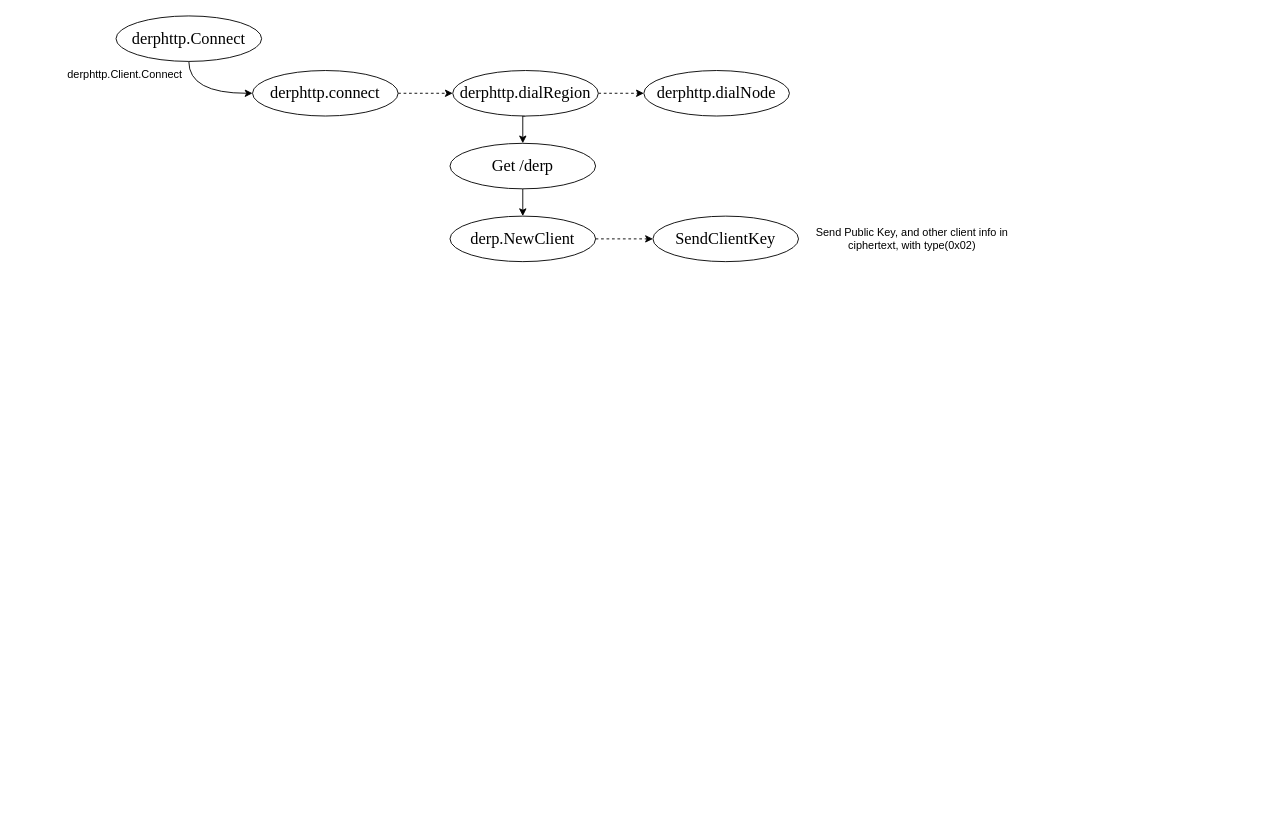
Before: files/DERP.drawio in sunminming/Drawio, a draw.io diagram. Source tidied: cells renumbered, new cells numbered last; positions are measured from the earlier drawing's top-left corner, leaving out a move shared by most shapes. Both pictures are drawn from the tidied source at 91%, with x=0, y=0 at pixel (61, 15).
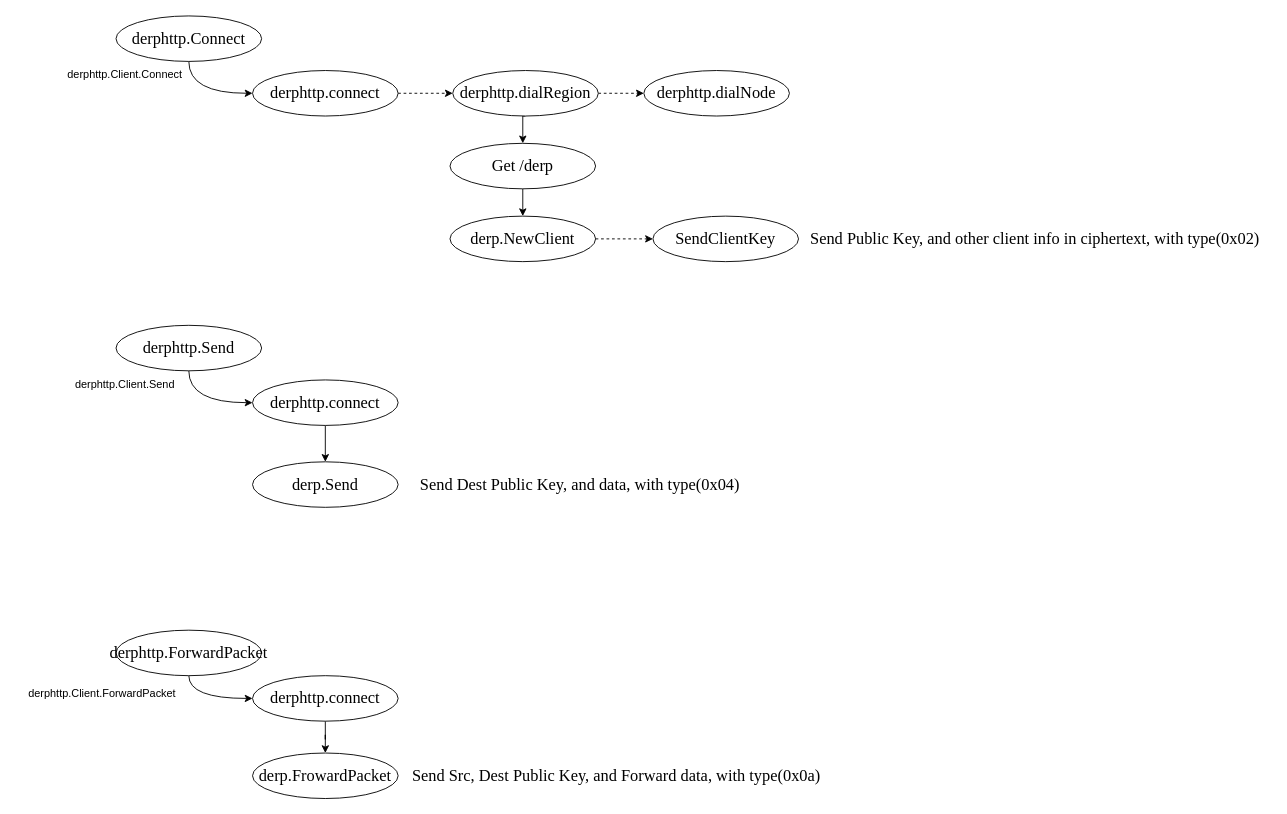
Above is the later version.

Change to the diagram source:
```diff
@@
-    <mxCell id="15" value="Send Public Key, and other client info in ciphertext, with type(0x02)" style="text;html=1;align=center;verticalAlign=middle;whiteSpace=wrap;rounded=0;" parent="1" vertex="1">
-      <mxGeometry x="810" y="230" width="250" height="30" as="geometry" />
+    <mxCell id="15" value="&lt;font style=&quot;font-size: 18px;&quot; face=&quot;Times New Roman&quot;&gt;Send Public Key, and other client info in ciphertext, with type(0x02)&lt;/font&gt;" style="text;html=1;align=center;verticalAlign=middle;whiteSpace=wrap;rounded=0;" parent="1" vertex="1">
+      <mxGeometry x="810" y="230" width="520" height="30" as="geometry" />
     </mxCell>
@@
+    <mxCell id="17" style="edgeStyle=orthogonalEdgeStyle;rounded=0;jettySize=auto;html=1;exitX=0.5;exitY=1;exitDx=0;exitDy=0;entryX=0;entryY=0.5;entryDx=0;entryDy=0;curved=1;" parent="1" edge="1" source="18" target="20">
+      <mxGeometry relative="1" as="geometry" />
+    </mxCell>
+    <mxCell id="18" value="&lt;font style=&quot;font-size: 18px;&quot; face=&quot;Times New Roman&quot;&gt;derphttp.Send&lt;/font&gt;" style="ellipse;whiteSpace=wrap;html=1;" parent="1" vertex="1">
+      <mxGeometry x="60" y="340" width="160" height="50" as="geometry" />
+    </mxCell>
+    <mxCell id="19" style="edgeStyle=orthogonalEdgeStyle;rounded=0;jettySize=auto;html=1;exitX=0.5;exitY=1;exitDx=0;exitDy=0;entryX=0.5;entryY=0;entryDx=0;entryDy=0;" parent="1" edge="1" source="20" target="22">
+      <mxGeometry relative="1" as="geometry" />
+    </mxCell>
+    <mxCell id="20" value="&lt;font style=&quot;font-size: 18px;&quot; face=&quot;Times New Roman&quot;&gt;derphttp.connect&lt;/font&gt;" style="ellipse;whiteSpace=wrap;html=1;" parent="1" vertex="1">
+      <mxGeometry x="210" y="400" width="160" height="50" as="geometry" />
+    </mxCell>
+    <mxCell id="21" value="derphttp.Client.Send" style="text;html=1;align=center;verticalAlign=middle;whiteSpace=wrap;rounded=0;" parent="1" vertex="1">
+      <mxGeometry y="390" width="140" height="30" as="geometry" />
+    </mxCell>
+    <mxCell id="22" value="&lt;font style=&quot;font-size: 18px;&quot; face=&quot;Times New Roman&quot;&gt;derp.Send&lt;/font&gt;" style="ellipse;whiteSpace=wrap;html=1;" parent="1" vertex="1">
+      <mxGeometry x="210" y="490" width="160" height="50" as="geometry" />
+    </mxCell>
+    <mxCell id="23" value="&lt;font style=&quot;font-size: 18px;&quot; face=&quot;Times New Roman&quot;&gt;Send Dest Public Key, and data, with type(0x04)&lt;/font&gt;" style="text;html=1;align=center;verticalAlign=middle;whiteSpace=wrap;rounded=0;" parent="1" vertex="1">
+      <mxGeometry x="370" y="500" width="400" height="30" as="geometry" />
+    </mxCell>
+    <mxCell id="24" style="edgeStyle=orthogonalEdgeStyle;rounded=0;jettySize=auto;html=1;exitX=0.5;exitY=1;exitDx=0;exitDy=0;entryX=0;entryY=0.5;entryDx=0;entryDy=0;curved=1;" parent="1" edge="1" source="25" target="28">
+      <mxGeometry relative="1" as="geometry" />
+    </mxCell>
+    <mxCell id="25" value="&lt;font style=&quot;font-size: 18px;&quot; face=&quot;Times New Roman&quot;&gt;derphttp.ForwardPacket&lt;/font&gt;" style="ellipse;whiteSpace=wrap;html=1;" parent="1" vertex="1">
+      <mxGeometry x="60" y="675" width="160" height="50" as="geometry" />
+    </mxCell>
+    <mxCell id="26" value="derphttp.Client.ForwardPacket" style="text;html=1;align=center;verticalAlign=middle;whiteSpace=wrap;rounded=0;" parent="1" vertex="1">
+      <mxGeometry x="-50" y="730" width="190" height="30" as="geometry" />
+    </mxCell>
+    <mxCell id="27" style="edgeStyle=orthogonalEdgeStyle;rounded=0;jettySize=auto;html=1;exitX=0.5;exitY=1;exitDx=0;exitDy=0;" parent="1" edge="1" source="28" target="29">
+      <mxGeometry relative="1" as="geometry" />
+    </mxCell>
+    <mxCell id="28" value="&lt;font style=&quot;font-size: 18px;&quot; face=&quot;Times New Roman&quot;&gt;derphttp.connect&lt;/font&gt;" style="ellipse;whiteSpace=wrap;html=1;" parent="1" vertex="1">
+      <mxGeometry x="210" y="725" width="160" height="50" as="geometry" />
+    </mxCell>
+    <mxCell id="29" value="&lt;font style=&quot;font-size: 18px;&quot; face=&quot;Times New Roman&quot;&gt;derp.FrowardPacket&lt;/font&gt;" style="ellipse;whiteSpace=wrap;html=1;" parent="1" vertex="1">
+      <mxGeometry x="210" y="810" width="160" height="50" as="geometry" />
+    </mxCell>
+    <mxCell id="30" value="&lt;font style=&quot;font-size: 18px;&quot; face=&quot;Times New Roman&quot;&gt;Send Src, Dest Public Key, and Forward data, with type(0x0a)&lt;/font&gt;" style="text;html=1;align=center;verticalAlign=middle;whiteSpace=wrap;rounded=0;" parent="1" vertex="1">
+      <mxGeometry x="370" y="820" width="480" height="30" as="geometry" />
+    </mxCell>
```
